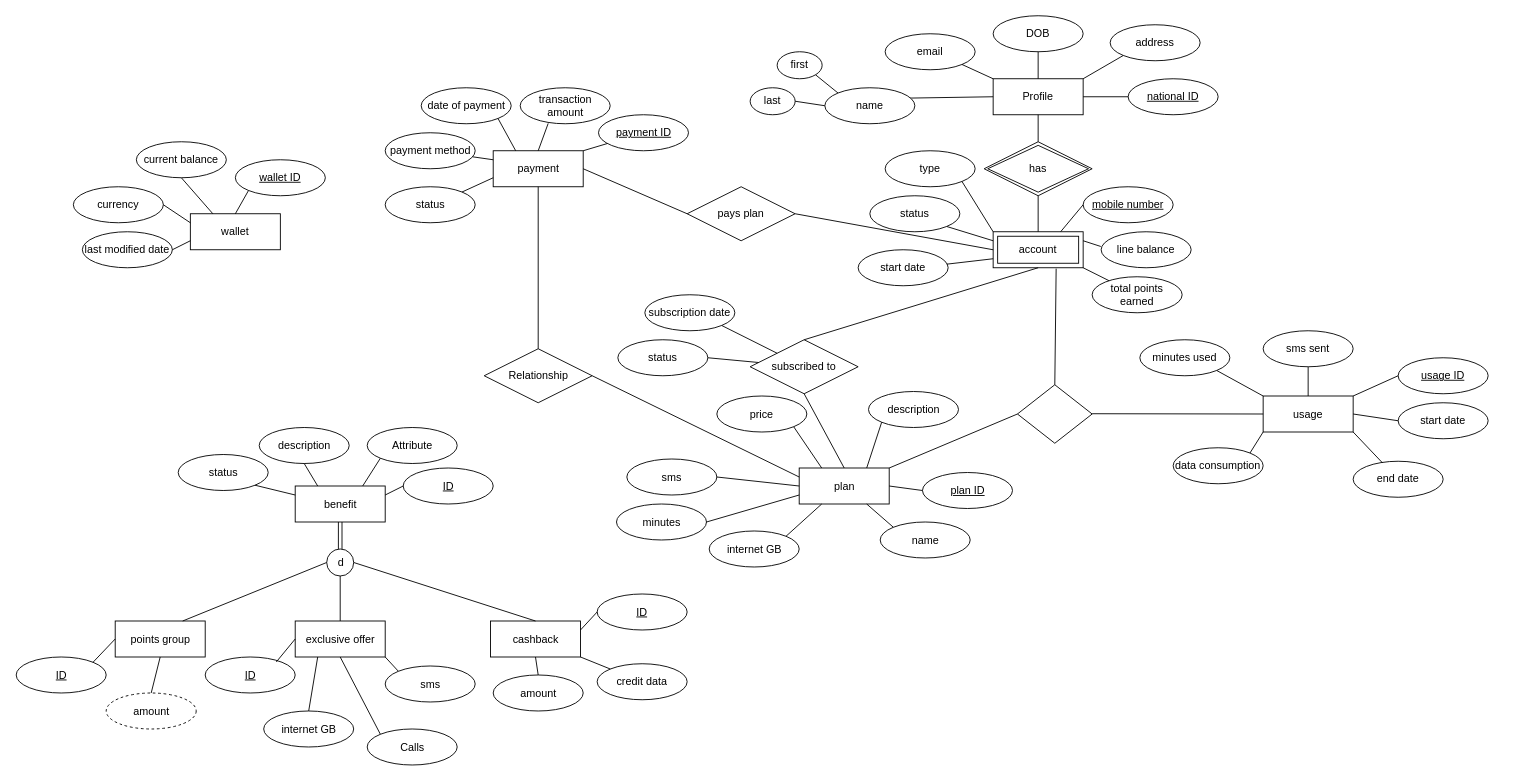
Before: Milestone1_EERD.drawio in rogereliass/Telecom-Customer-Data-Management-System, a draw.io diagram. Source tidied: cells renumbered, new cells numbered last; positions are measured from the earlier drawing's top-left corner, leaving out a move shared by most shapes. Both pictures are drawn from the tidied source at 90%, with x=0, y=0 at pixel (16, 15).
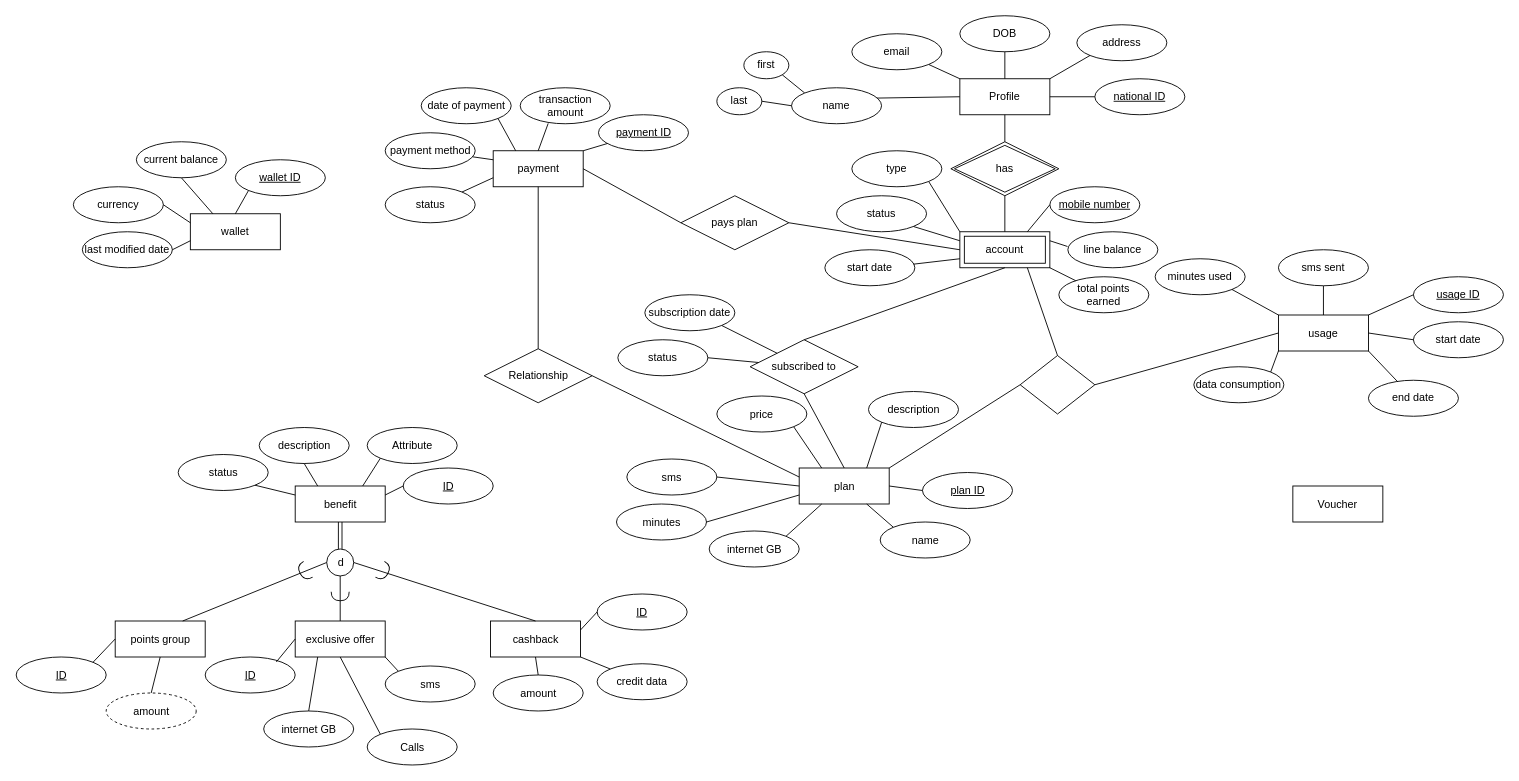
The same page after the edit.

Diff of the diagram source:
```diff
@@
     <mxCell id="2" value="Profile" style="whiteSpace=wrap;html=1;align=center;direction=west;labelBackgroundColor=none;" parent="1" vertex="1">
-      <mxGeometry x="1085" y="70" width="100" height="40" as="geometry" />
+      <mxGeometry x="1048" y="70" width="100" height="40" as="geometry" />
     </mxCell>
     <mxCell id="3" value="DOB" style="ellipse;whiteSpace=wrap;html=1;align=center;labelBackgroundColor=none;" parent="1" vertex="1">
-      <mxGeometry x="1085" width="100" height="40" as="geometry" />
+      <mxGeometry x="1048" width="100" height="40" as="geometry" />
     </mxCell>
     <mxCell id="4" value="email" style="ellipse;whiteSpace=wrap;html=1;align=center;labelBackgroundColor=none;" parent="1" vertex="1">
-      <mxGeometry x="965" y="20" width="100" height="40" as="geometry" />
+      <mxGeometry x="928" y="20" width="100" height="40" as="geometry" />
     </mxCell>
     <mxCell id="5" value="address" style="ellipse;whiteSpace=wrap;html=1;align=center;labelBackgroundColor=none;" parent="1" vertex="1">
-      <mxGeometry x="1215" y="10" width="100" height="40" as="geometry" />
+      <mxGeometry x="1178" y="10" width="100" height="40" as="geometry" />
     </mxCell>
     <mxCell id="6" value="national ID" style="ellipse;whiteSpace=wrap;html=1;align=center;fontStyle=4;labelBackgroundColor=none;" parent="1" vertex="1">
-      <mxGeometry x="1235" y="70" width="100" height="40" as="geometry" />
+      <mxGeometry x="1198" y="70" width="100" height="40" as="geometry" />
     </mxCell>
     <mxCell id="7" value="first" style="ellipse;whiteSpace=wrap;html=1;align=center;labelBackgroundColor=none;" parent="1" vertex="1">
-      <mxGeometry x="845" y="40" width="50" height="30" as="geometry" />
+      <mxGeometry x="808" y="40" width="50" height="30" as="geometry" />
     </mxCell>
     <mxCell id="8" value="last" style="ellipse;whiteSpace=wrap;html=1;align=center;labelBackgroundColor=none;" parent="1" vertex="1">
-      <mxGeometry x="815" y="80" width="50" height="30" as="geometry" />
+      <mxGeometry x="778" y="80" width="50" height="30" as="geometry" />
     </mxCell>
     <mxCell id="9" value="has" style="shape=rhombus;double=1;perimeter=rhombusPerimeter;whiteSpace=wrap;html=1;align=center;labelBackgroundColor=none;" parent="1" vertex="1">
-      <mxGeometry x="1075" y="140" width="120" height="60" as="geometry" />
+      <mxGeometry x="1038" y="140" width="120" height="60" as="geometry" />
     </mxCell>
     <mxCell id="10" value="account" style="shape=ext;margin=3;double=1;whiteSpace=wrap;html=1;align=center;labelBackgroundColor=none;" parent="1" vertex="1">
-      <mxGeometry x="1085" y="240" width="100" height="40" as="geometry" />
+      <mxGeometry x="1048" y="240" width="100" height="40" as="geometry" />
     </mxCell>
     <mxCell id="11" value="mobile number" style="ellipse;whiteSpace=wrap;html=1;align=center;fontStyle=4;labelBackgroundColor=none;" parent="1" vertex="1">
-      <mxGeometry x="1185" y="190" width="100" height="40" as="geometry" />
+      <mxGeometry x="1148" y="190" width="100" height="40" as="geometry" />
     </mxCell>
     <mxCell id="12" value="total points earned" style="ellipse;whiteSpace=wrap;html=1;align=center;labelBackgroundColor=none;" parent="1" vertex="1">
-      <mxGeometry x="1195" y="290" width="100" height="40" as="geometry" />
+      <mxGeometry x="1158" y="290" width="100" height="40" as="geometry" />
     </mxCell>
     <mxCell id="13" value="line balance" style="ellipse;whiteSpace=wrap;html=1;align=center;labelBackgroundColor=none;" parent="1" vertex="1">
-      <mxGeometry x="1205" y="240" width="100" height="40" as="geometry" />
+      <mxGeometry x="1168" y="240" width="100" height="40" as="geometry" />
     </mxCell>
     <mxCell id="14" value="type" style="ellipse;whiteSpace=wrap;html=1;align=center;labelBackgroundColor=none;" parent="1" vertex="1">
-      <mxGeometry x="965" y="150" width="100" height="40" as="geometry" />
+      <mxGeometry x="928" y="150" width="100" height="40" as="geometry" />
     </mxCell>
     <mxCell id="15" value="start date" style="ellipse;whiteSpace=wrap;html=1;align=center;labelBackgroundColor=none;" parent="1" vertex="1">
-      <mxGeometry x="935" y="260" width="100" height="40" as="geometry" />
+      <mxGeometry x="898" y="260" width="100" height="40" as="geometry" />
     </mxCell>
@@
     <mxCell id="27" value="usage" style="whiteSpace=wrap;html=1;align=center;" parent="1" vertex="1">
-      <mxGeometry x="1385" y="422.5" width="100" height="40" as="geometry" />
+      <mxGeometry x="1402" y="332.5" width="100" height="40" as="geometry" />
     </mxCell>
     <mxCell id="28" value="usage ID" style="ellipse;whiteSpace=wrap;html=1;align=center;fontStyle=4;" parent="1" vertex="1">
-      <mxGeometry x="1535" y="380" width="100" height="40" as="geometry" />
+      <mxGeometry x="1552" y="290" width="100" height="40" as="geometry" />
     </mxCell>
     <mxCell id="29" value="data consumption" style="ellipse;whiteSpace=wrap;html=1;align=center;" parent="1" vertex="1">
-      <mxGeometry x="1285" y="480" width="100" height="40" as="geometry" />
+      <mxGeometry x="1308" y="390" width="100" height="40" as="geometry" />
     </mxCell>
     <mxCell id="30" value="minutes used" style="ellipse;whiteSpace=wrap;html=1;align=center;" parent="1" vertex="1">
-      <mxGeometry x="1248" y="360" width="100" height="40" as="geometry" />
+      <mxGeometry x="1265" y="270" width="100" height="40" as="geometry" />
     </mxCell>
     <mxCell id="31" value="end date" style="ellipse;whiteSpace=wrap;html=1;align=center;" parent="1" vertex="1">
-      <mxGeometry x="1485" y="495" width="100" height="40" as="geometry" />
+      <mxGeometry x="1502" y="405" width="100" height="40" as="geometry" />
     </mxCell>
     <mxCell id="32" value="start date" style="ellipse;whiteSpace=wrap;html=1;align=center;" parent="1" vertex="1">
-      <mxGeometry x="1535" y="430" width="100" height="40" as="geometry" />
+      <mxGeometry x="1552" y="340" width="100" height="40" as="geometry" />
     </mxCell>
     <mxCell id="33" style="shape=rhombus;perimeter=rhombusPerimeter;whiteSpace=wrap;html=1;align=center;" parent="1" vertex="1">
-      <mxGeometry x="1112" y="410" width="83" height="65" as="geometry" />
+      <mxGeometry x="1115" y="377.5" width="83" height="65" as="geometry" />
     </mxCell>
@@
-    <mxCell id="35" style="endArrow=none;html=1;rounded=0;entryX=0.5;entryY=0;entryDx=0;entryDy=0;" parent="1" edge="1" target="33">
-      <mxGeometry relative="1" as="geometry">
-        <mxPoint x="1155" y="281" as="sourcePoint" />
-      </mxGeometry>
+    <mxCell id="35" style="endArrow=none;html=1;rounded=0;entryX=0.5;entryY=0;entryDx=0;entryDy=0;exitX=0.75;exitY=1;exitDx=0;exitDy=0;" parent="1" edge="1" source="10" target="33">
+      <mxGeometry relative="1" as="geometry" />
     </mxCell>
@@
     <mxCell id="40" value="pays plan" style="shape=rhombus;perimeter=rhombusPerimeter;whiteSpace=wrap;html=1;align=center;" parent="1" vertex="1">
-      <mxGeometry x="745" y="190" width="120" height="60" as="geometry" />
+      <mxGeometry x="738" y="200" width="120" height="60" as="geometry" />
     </mxCell>
@@
     <mxCell id="42" value="status" style="ellipse;whiteSpace=wrap;html=1;align=center;labelBackgroundColor=none;" parent="1" vertex="1">
-      <mxGeometry x="948" y="200" width="100" height="40" as="geometry" />
+      <mxGeometry x="911" y="200" width="100" height="40" as="geometry" />
     </mxCell>
@@
     <mxCell id="59" value="name" style="ellipse;whiteSpace=wrap;html=1;align=center;labelBackgroundColor=none;" parent="1" vertex="1">
-      <mxGeometry x="898" y="80" width="100" height="40" as="geometry" />
+      <mxGeometry x="861" y="80" width="100" height="40" as="geometry" />
     </mxCell>
@@
     <mxCell id="134" value="sms sent" style="ellipse;whiteSpace=wrap;html=1;align=center;" parent="1" vertex="1">
-      <mxGeometry x="1385" y="350" width="100" height="40" as="geometry" />
+      <mxGeometry x="1402" y="260" width="100" height="40" as="geometry" />
     </mxCell>
-    <mxCell id="135" style="endArrow=none;html=1;rounded=0;entryX=0;entryY=0.5;entryDx=0;entryDy=0;" parent="1" edge="1" target="27">
-      <mxGeometry relative="1" as="geometry">
-        <mxPoint x="1195" y="442.2" as="sourcePoint" />
-      </mxGeometry>
+    <mxCell id="135" style="endArrow=none;html=1;rounded=0;entryX=0;entryY=0.5;entryDx=0;entryDy=0;exitX=1;exitY=0.5;exitDx=0;exitDy=0;" parent="1" edge="1" source="33" target="27">
+      <mxGeometry relative="1" as="geometry" />
     </mxCell>
@@
+    <mxCell id="137" value="Voucher" style="whiteSpace=wrap;html=1;align=center;" parent="1" vertex="1">
+      <mxGeometry x="1418" y="522.5" width="100" height="40" as="geometry" />
+    </mxCell>
+    <mxCell id="138" style="shape=requiredInterface;html=1;verticalLabelPosition=bottom;sketch=0;direction=south;rotation=60;" parent="1" vertex="1">
+      <mxGeometry x="309.5" y="612.5" width="20" height="10" as="geometry" />
+    </mxCell>
+    <mxCell id="139" style="shape=requiredInterface;html=1;verticalLabelPosition=bottom;sketch=0;direction=south;rotation=0;" parent="1" vertex="1">
+      <mxGeometry x="349.5" y="640" width="20" height="10" as="geometry" />
+    </mxCell>
+    <mxCell id="140" style="shape=requiredInterface;html=1;verticalLabelPosition=bottom;sketch=0;direction=south;rotation=-60;" parent="1" vertex="1">
+      <mxGeometry x="398" y="612.5" width="20" height="10" as="geometry" />
+    </mxCell>
```
